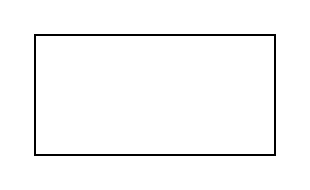
Earlier version of the draw.io diagram Untitled Diagram.drawio (AAluoxiang/drawioRepo). Source tidied: cells renumbered, new cells numbered last; positions are measured from the earlier drawing's top-left corner, leaving out a move shared by most shapes. Both pictures are drawn from the tidied source at 200%, with x=0, y=0 at pixel (34, 34).
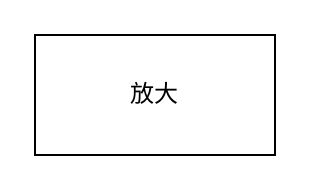
The same diagram, later.

Diff of the diagram source:
```diff
@@
 <mxGraphModel>
   <root>
     <mxCell id="0" />
     <mxCell id="1" parent="0" />
-    <mxCell id="2" style="rounded=0;whiteSpace=wrap;html=1;" parent="1" vertex="1">
+    <mxCell id="2" value="放大" style="rounded=0;whiteSpace=wrap;html=1;" parent="1" vertex="1">
       <mxGeometry width="120" height="60" as="geometry" />
     </mxCell>
   </root>
 </mxGraphModel>
```
